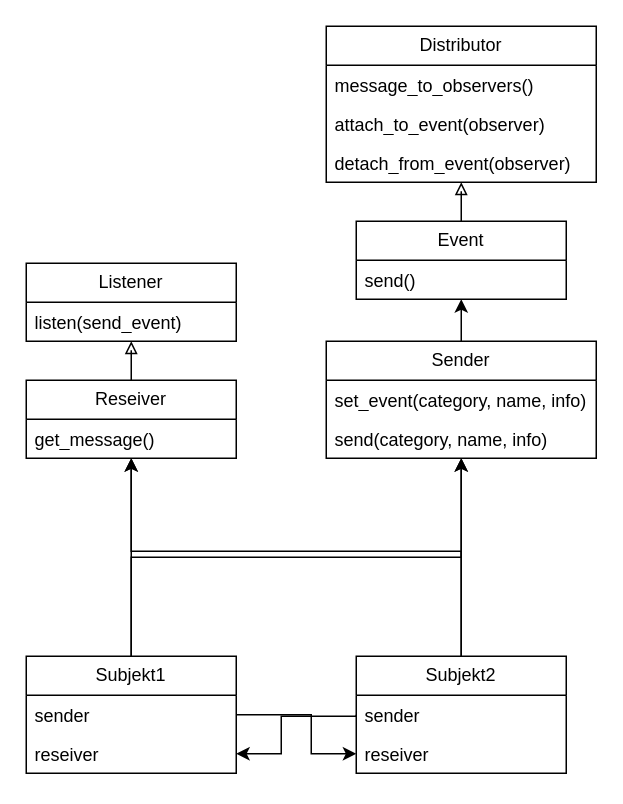
This is Dokumentation/Texte/Ressourcen/Diagramme/Beobacher-now.drawio from JupiterXVI/Advanced-Software-Engin, a draw.io file, before an edit. Source tidied: cells renumbered, new cells numbered last; positions are measured from the earlier drawing's top-left corner, leaving out a move shared by most shapes. Both pictures are drawn from the tidied source at 150%, with x=0, y=0 at pixel (26, 26).
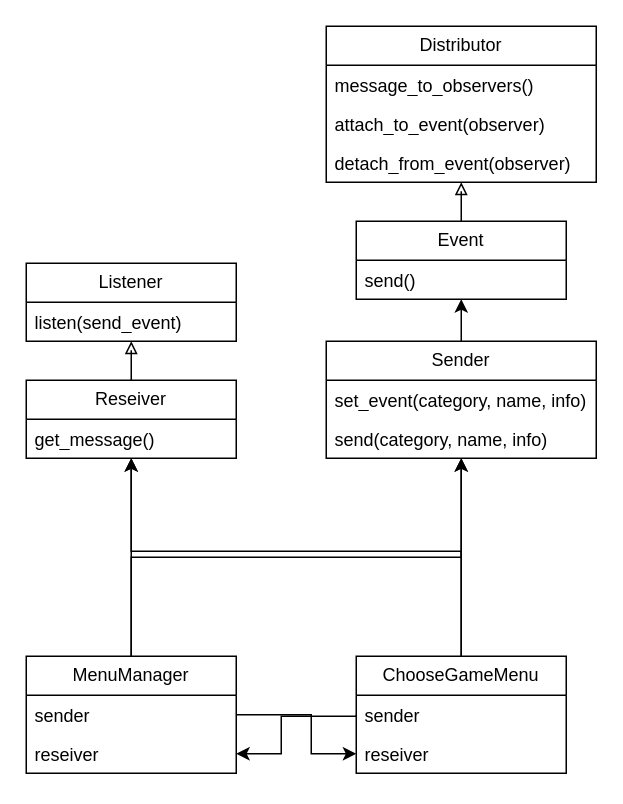
The same diagram, later.

The edit, as a diff of the source:
```diff
@@
-    <mxCell id="20" value="Subjekt1" style="swimlane;fontStyle=0;horizontal=1;startSize=26;fillColor=none;whiteSpace=wrap;html=1;" parent="1" vertex="1">
+    <mxCell id="20" value="MenuManager" style="swimlane;fontStyle=0;horizontal=1;startSize=26;fillColor=none;whiteSpace=wrap;html=1;" parent="1" vertex="1">
       <mxGeometry y="420" width="140" height="78" as="geometry" />
     </mxCell>
@@
-    <mxCell id="25" value="Subjekt2" style="swimlane;fontStyle=0;horizontal=1;startSize=26;fillColor=none;whiteSpace=wrap;html=1;" parent="1" vertex="1">
+    <mxCell id="25" value="ChooseGameMenu" style="swimlane;fontStyle=0;horizontal=1;startSize=26;fillColor=none;whiteSpace=wrap;html=1;" parent="1" vertex="1">
       <mxGeometry x="220" y="420" width="140" height="78" as="geometry" />
     </mxCell>
```
